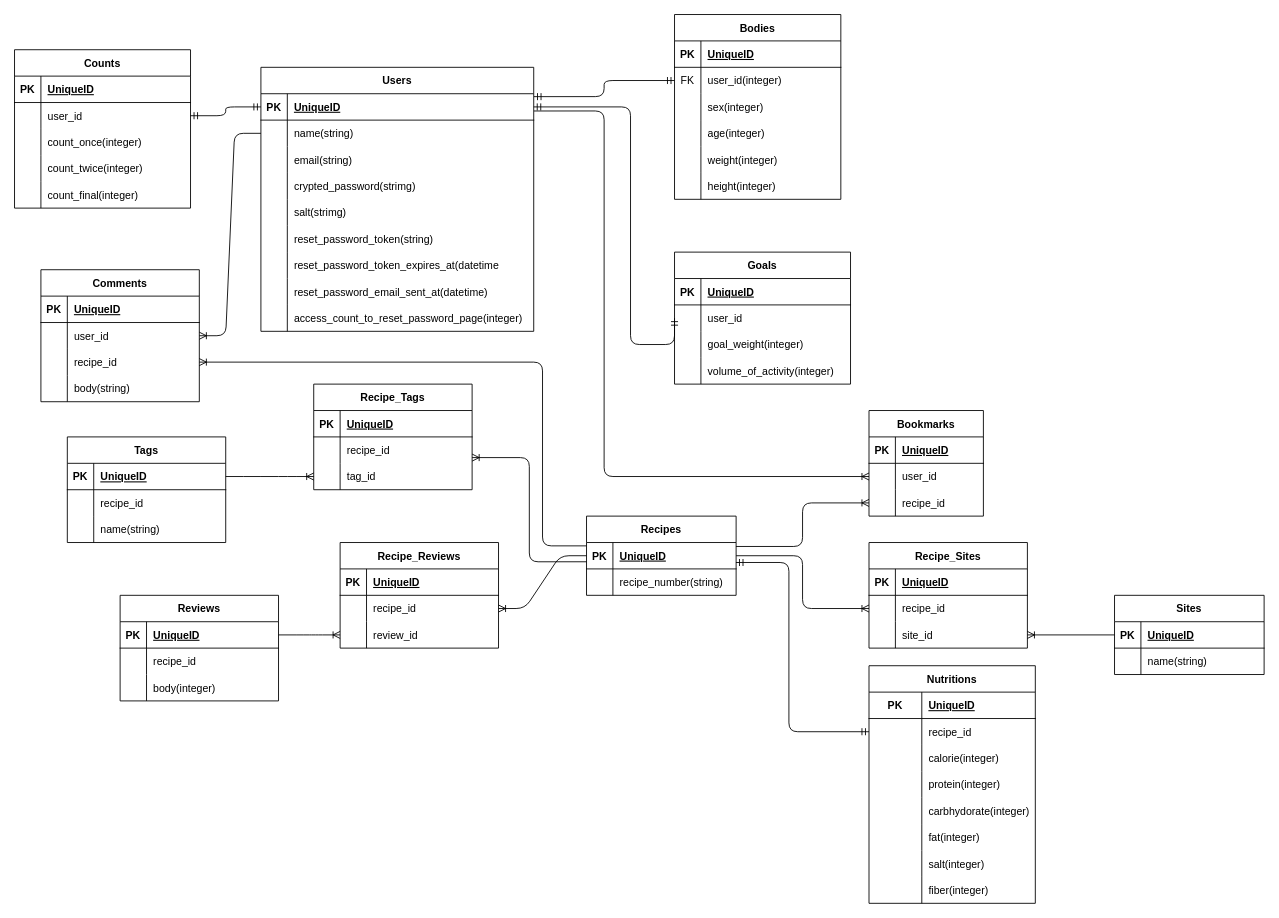
The draw.io diagram slatrition.drawio in shinotaku1997/slatrition, before the edit. Source tidied: cells renumbered, new cells numbered last; positions are measured from the earlier drawing's top-left corner, leaving out a move shared by most shapes. Both pictures are drawn from the tidied source at 88%, with x=0, y=0 at pixel (14, 14).
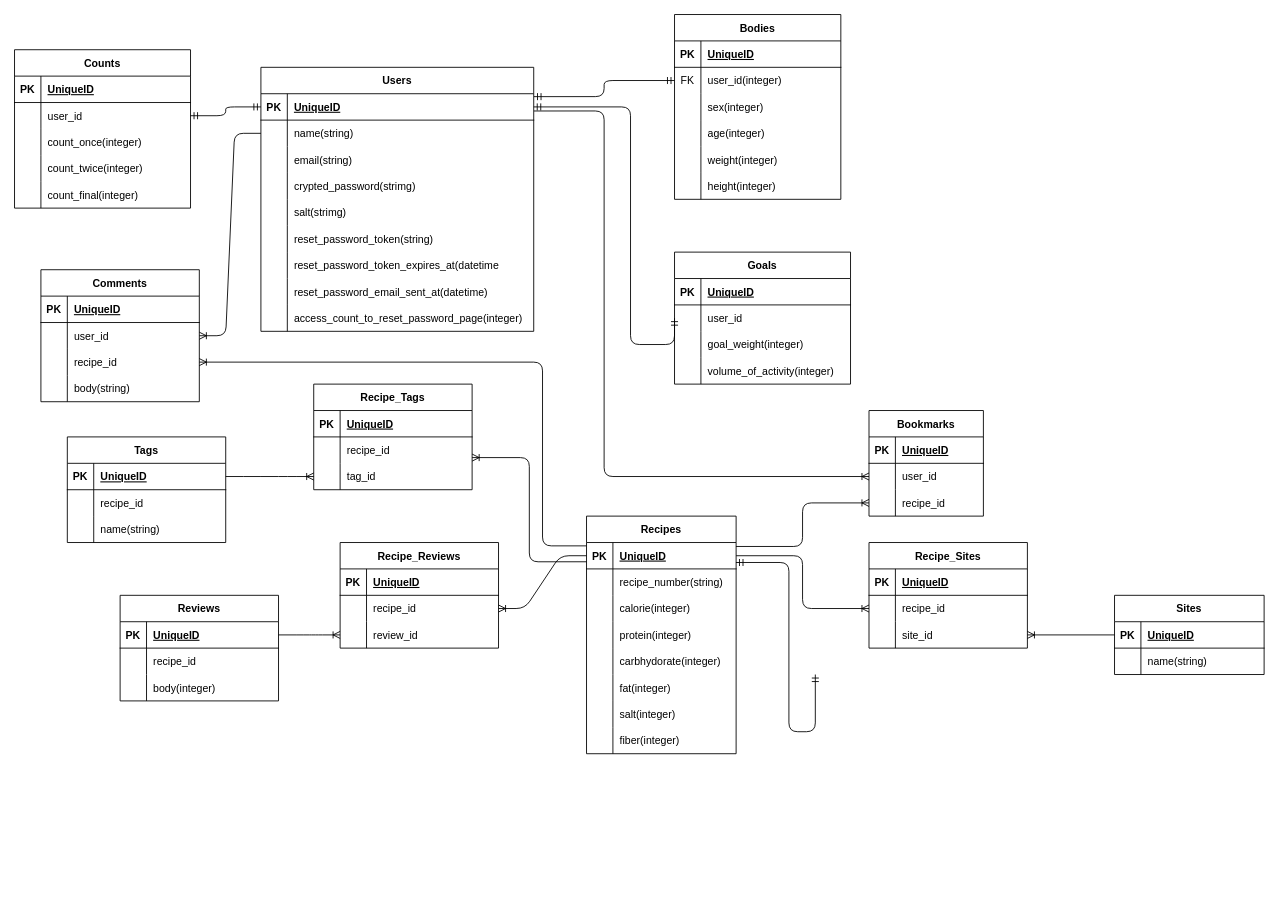
After the change.

Unchanged cells that the change refers to:
```xml
<mxCell id="73" style="shape=tableRow;horizontal=0;startSize=0;swimlaneHead=0;swimlaneBody=0;fillColor=none;points=[[0,0.5],[1,0.5]];portConstraint=eastwest;top=0;left=0;right=0;bottom=1;" parent="72" vertex="1">
  <mxGeometry y="30" width="170" height="30" as="geometry" />
</mxCell>
```

What changed in the source:
```diff
@@
     <mxCell id="72" value="Recipes" style="shape=table;startSize=30;childLayout=tableLayout;rowLines=0;fontStyle=1;align=center;" parent="1" vertex="1">
-      <mxGeometry x="650" y="570" width="170" height="90" as="geometry" />
+      <mxGeometry x="650" y="570" width="170" height="270" as="geometry" />
     </mxCell>
@@
+    <mxCell id="204" style="shape=tableRow;horizontal=0;startSize=0;swimlaneHead=0;swimlaneBody=0;fillColor=none;top=0;left=0;right=0;bottom=0;" parent="72" vertex="1">
+      <mxGeometry y="90" width="170" height="30" as="geometry" />
+    </mxCell>
+    <mxCell id="205" style="shape=partialRectangle;fillColor=none;top=0;left=0;bottom=0;right=0;overflow=hidden;" parent="204" vertex="1">
+      <mxGeometry width="30" height="30" as="geometry" />
+    </mxCell>
+    <mxCell id="104" value="calorie(integer)" style="shape=partialRectangle;fillColor=none;top=0;left=0;bottom=0;right=0;align=left;spacingLeft=6;overflow=hidden;" parent="204" vertex="1">
+      <mxGeometry x="30" width="140" height="30" as="geometry" />
+    </mxCell>
+    <mxCell id="206" style="shape=tableRow;horizontal=0;startSize=0;swimlaneHead=0;swimlaneBody=0;fillColor=none;top=0;left=0;right=0;bottom=0;" parent="72" vertex="1">
+      <mxGeometry y="120" width="170" height="30" as="geometry" />
+    </mxCell>
+    <mxCell id="207" style="shape=partialRectangle;fillColor=none;top=0;left=0;bottom=0;right=0;overflow=hidden;" parent="206" vertex="1">
+      <mxGeometry width="30" height="30" as="geometry" />
+    </mxCell>
+    <mxCell id="107" value="protein(integer)" style="shape=partialRectangle;fillColor=none;top=0;left=0;bottom=0;right=0;align=left;spacingLeft=6;overflow=hidden;" parent="206" vertex="1">
+      <mxGeometry x="30" width="140" height="30" as="geometry" />
+    </mxCell>
+    <mxCell id="208" style="shape=tableRow;horizontal=0;startSize=0;swimlaneHead=0;swimlaneBody=0;fillColor=none;top=0;left=0;right=0;bottom=0;" parent="72" vertex="1">
+      <mxGeometry y="150" width="170" height="30" as="geometry" />
+    </mxCell>
+    <mxCell id="209" style="shape=partialRectangle;fillColor=none;top=0;left=0;bottom=0;right=0;overflow=hidden;" parent="208" vertex="1">
+      <mxGeometry width="30" height="30" as="geometry" />
+    </mxCell>
+    <mxCell id="110" value="carbhydorate(integer)" style="shape=partialRectangle;fillColor=none;top=0;left=0;bottom=0;right=0;align=left;spacingLeft=6;overflow=hidden;" parent="208" vertex="1">
+      <mxGeometry x="30" width="140" height="30" as="geometry" />
+    </mxCell>
+    <mxCell id="210" style="shape=tableRow;horizontal=0;startSize=0;swimlaneHead=0;swimlaneBody=0;fillColor=none;top=0;left=0;right=0;bottom=0;" parent="72" vertex="1">
+      <mxGeometry y="180" width="170" height="30" as="geometry" />
+    </mxCell>
+    <mxCell id="211" style="shape=partialRectangle;fillColor=none;top=0;left=0;bottom=0;right=0;overflow=hidden;" parent="210" vertex="1">
+      <mxGeometry width="30" height="30" as="geometry" />
+    </mxCell>
+    <mxCell id="113" value="fat(integer)" style="shape=partialRectangle;fillColor=none;top=0;left=0;bottom=0;right=0;align=left;spacingLeft=6;overflow=hidden;" parent="210" vertex="1">
+      <mxGeometry x="30" width="140" height="30" as="geometry" />
+    </mxCell>
+    <mxCell id="212" style="shape=tableRow;horizontal=0;startSize=0;swimlaneHead=0;swimlaneBody=0;fillColor=none;top=0;left=0;right=0;bottom=0;" parent="72" vertex="1">
+      <mxGeometry y="210" width="170" height="30" as="geometry" />
+    </mxCell>
+    <mxCell id="213" style="shape=partialRectangle;fillColor=none;top=0;left=0;bottom=0;right=0;overflow=hidden;" parent="212" vertex="1">
+      <mxGeometry width="30" height="30" as="geometry" />
+    </mxCell>
+    <mxCell id="116" value="salt(integer)" style="shape=partialRectangle;fillColor=none;top=0;left=0;bottom=0;right=0;align=left;spacingLeft=6;overflow=hidden;" parent="212" vertex="1">
+      <mxGeometry x="30" width="140" height="30" as="geometry" />
+    </mxCell>
+    <mxCell id="214" style="shape=tableRow;horizontal=0;startSize=0;swimlaneHead=0;swimlaneBody=0;fillColor=none;top=0;left=0;right=0;bottom=0;" parent="72" vertex="1">
+      <mxGeometry y="240" width="170" height="30" as="geometry" />
+    </mxCell>
+    <mxCell id="215" style="shape=partialRectangle;fillColor=none;top=0;left=0;bottom=0;right=0;overflow=hidden;" parent="214" vertex="1">
+      <mxGeometry width="30" height="30" as="geometry" />
+    </mxCell>
+    <mxCell id="119" value="fiber(integer)" style="shape=partialRectangle;fillColor=none;top=0;left=0;bottom=0;right=0;align=left;spacingLeft=6;overflow=hidden;" parent="214" vertex="1">
+      <mxGeometry x="30" width="140" height="30" as="geometry" />
+    </mxCell>
@@
-    <mxCell id="95" value="Nutritions" style="shape=table;startSize=30;childLayout=tableLayout;rowLines=0;fontStyle=1;align=center;" parent="1" vertex="1">
-      <mxGeometry x="971" y="740" width="189" height="270" as="geometry" />
-    </mxCell>
-    <mxCell id="96" style="shape=tableRow;horizontal=0;startSize=0;swimlaneHead=0;swimlaneBody=0;fillColor=none;top=0;left=0;right=0;bottom=1;" parent="95" vertex="1">
-      <mxGeometry y="30" width="189" height="30" as="geometry" />
-    </mxCell>
-    <mxCell id="97" value="PK" style="shape=partialRectangle;fillColor=none;top=0;left=0;bottom=0;right=0;fontStyle=1;overflow=hidden;" parent="96" vertex="1">
-      <mxGeometry width="60" height="30" as="geometry" />
-    </mxCell>
-    <mxCell id="98" value="UniqueID" style="shape=partialRectangle;fillColor=none;top=0;left=0;bottom=0;right=0;align=left;spacingLeft=6;fontStyle=5;overflow=hidden;" parent="96" vertex="1">
-      <mxGeometry x="60" width="129" height="30" as="geometry" />
-    </mxCell>
-    <mxCell id="99" style="shape=tableRow;horizontal=0;startSize=0;swimlaneHead=0;swimlaneBody=0;fillColor=none;points=[[0,0.5],[1,0.5]];portConstraint=eastwest;top=0;left=0;right=0;bottom=0;" parent="95" vertex="1">
-      <mxGeometry y="60" width="189" height="30" as="geometry" />
-    </mxCell>
-    <mxCell id="100" style="shape=partialRectangle;fillColor=none;top=0;left=0;bottom=0;right=0;overflow=hidden;" parent="99" vertex="1">
-      <mxGeometry width="60" height="30" as="geometry" />
-    </mxCell>
-    <mxCell id="101" value="recipe_id" style="shape=partialRectangle;fillColor=none;top=0;left=0;bottom=0;right=0;align=left;spacingLeft=6;overflow=hidden;" parent="99" vertex="1">
-      <mxGeometry x="60" width="129" height="30" as="geometry" />
-    </mxCell>
-    <mxCell id="102" style="shape=tableRow;horizontal=0;startSize=0;swimlaneHead=0;swimlaneBody=0;fillColor=none;top=0;left=0;right=0;bottom=0;" parent="95" vertex="1">
-      <mxGeometry y="90" width="189" height="30" as="geometry" />
-    </mxCell>
-    <mxCell id="103" style="shape=partialRectangle;fillColor=none;top=0;left=0;bottom=0;right=0;overflow=hidden;" parent="102" vertex="1">
-      <mxGeometry width="60" height="30" as="geometry" />
-    </mxCell>
-    <mxCell id="104" value="calorie(integer)" style="shape=partialRectangle;fillColor=none;top=0;left=0;bottom=0;right=0;align=left;spacingLeft=6;overflow=hidden;" parent="102" vertex="1">
-      <mxGeometry x="60" width="129" height="30" as="geometry" />
-    </mxCell>
-    <mxCell id="105" style="shape=tableRow;horizontal=0;startSize=0;swimlaneHead=0;swimlaneBody=0;fillColor=none;top=0;left=0;right=0;bottom=0;" parent="95" vertex="1">
-      <mxGeometry y="120" width="189" height="30" as="geometry" />
-    </mxCell>
-    <mxCell id="106" style="shape=partialRectangle;fillColor=none;top=0;left=0;bottom=0;right=0;overflow=hidden;" parent="105" vertex="1">
-      <mxGeometry width="60" height="30" as="geometry" />
-    </mxCell>
-    <mxCell id="107" value="protein(integer)" style="shape=partialRectangle;fillColor=none;top=0;left=0;bottom=0;right=0;align=left;spacingLeft=6;overflow=hidden;" parent="105" vertex="1">
-      <mxGeometry x="60" width="129" height="30" as="geometry" />
-    </mxCell>
-    <mxCell id="108" style="shape=tableRow;horizontal=0;startSize=0;swimlaneHead=0;swimlaneBody=0;fillColor=none;top=0;left=0;right=0;bottom=0;" parent="95" vertex="1">
-      <mxGeometry y="150" width="189" height="30" as="geometry" />
-    </mxCell>
-    <mxCell id="109" style="shape=partialRectangle;fillColor=none;top=0;left=0;bottom=0;right=0;overflow=hidden;" parent="108" vertex="1">
-      <mxGeometry width="60" height="30" as="geometry" />
-    </mxCell>
-    <mxCell id="110" value="carbhydorate(integer)" style="shape=partialRectangle;fillColor=none;top=0;left=0;bottom=0;right=0;align=left;spacingLeft=6;overflow=hidden;" parent="108" vertex="1">
-      <mxGeometry x="60" width="129" height="30" as="geometry" />
-    </mxCell>
-    <mxCell id="111" style="shape=tableRow;horizontal=0;startSize=0;swimlaneHead=0;swimlaneBody=0;fillColor=none;top=0;left=0;right=0;bottom=0;" parent="95" vertex="1">
-      <mxGeometry y="180" width="189" height="30" as="geometry" />
-    </mxCell>
-    <mxCell id="112" style="shape=partialRectangle;fillColor=none;top=0;left=0;bottom=0;right=0;overflow=hidden;" parent="111" vertex="1">
-      <mxGeometry width="60" height="30" as="geometry" />
-    </mxCell>
-    <mxCell id="113" value="fat(integer)" style="shape=partialRectangle;fillColor=none;top=0;left=0;bottom=0;right=0;align=left;spacingLeft=6;overflow=hidden;" parent="111" vertex="1">
-      <mxGeometry x="60" width="129" height="30" as="geometry" />
-    </mxCell>
-    <mxCell id="114" style="shape=tableRow;horizontal=0;startSize=0;swimlaneHead=0;swimlaneBody=0;fillColor=none;top=0;left=0;right=0;bottom=0;" parent="95" vertex="1">
-      <mxGeometry y="210" width="189" height="30" as="geometry" />
-    </mxCell>
-    <mxCell id="115" style="shape=partialRectangle;fillColor=none;top=0;left=0;bottom=0;right=0;overflow=hidden;" parent="114" vertex="1">
-      <mxGeometry width="60" height="30" as="geometry" />
-    </mxCell>
-    <mxCell id="116" value="salt(integer)" style="shape=partialRectangle;fillColor=none;top=0;left=0;bottom=0;right=0;align=left;spacingLeft=6;overflow=hidden;" parent="114" vertex="1">
-      <mxGeometry x="60" width="129" height="30" as="geometry" />
-    </mxCell>
-    <mxCell id="117" style="shape=tableRow;horizontal=0;startSize=0;swimlaneHead=0;swimlaneBody=0;fillColor=none;top=0;left=0;right=0;bottom=0;" parent="95" vertex="1">
-      <mxGeometry y="240" width="189" height="30" as="geometry" />
-    </mxCell>
-    <mxCell id="118" style="shape=partialRectangle;fillColor=none;top=0;left=0;bottom=0;right=0;overflow=hidden;" parent="117" vertex="1">
-      <mxGeometry width="60" height="30" as="geometry" />
-    </mxCell>
-    <mxCell id="119" value="fiber(integer)" style="shape=partialRectangle;fillColor=none;top=0;left=0;bottom=0;right=0;align=left;spacingLeft=6;overflow=hidden;" parent="117" vertex="1">
-      <mxGeometry x="60" width="129" height="30" as="geometry" />
-    </mxCell>
@@
-    <mxCell id="130" style="edgeStyle=orthogonalEdgeStyle;fontSize=12;html=1;endArrow=ERmandOne;startArrow=ERmandOne;entryX=0;entryY=0.5;entryDx=0;entryDy=0;exitX=0.999;exitY=0.757;exitDx=0;exitDy=0;exitPerimeter=0;" parent="1" edge="1" source="73" target="99">
+    <mxCell id="130" style="edgeStyle=orthogonalEdgeStyle;fontSize=12;html=1;endArrow=ERmandOne;startArrow=ERmandOne;entryX=0;entryY=0.5;entryDx=0;entryDy=0;exitX=0.999;exitY=0.757;exitDx=0;exitDy=0;exitPerimeter=0;" parent="1" edge="1" source="73">
       <mxGeometry relative="1" as="geometry">
+        <mxPoint x="910" y="750" as="targetPoint" />
         <Array as="points">
           <mxPoint x="880" y="623" />
           <mxPoint x="880" y="815" />
         </Array>
       </mxGeometry>
     </mxCell>
```
